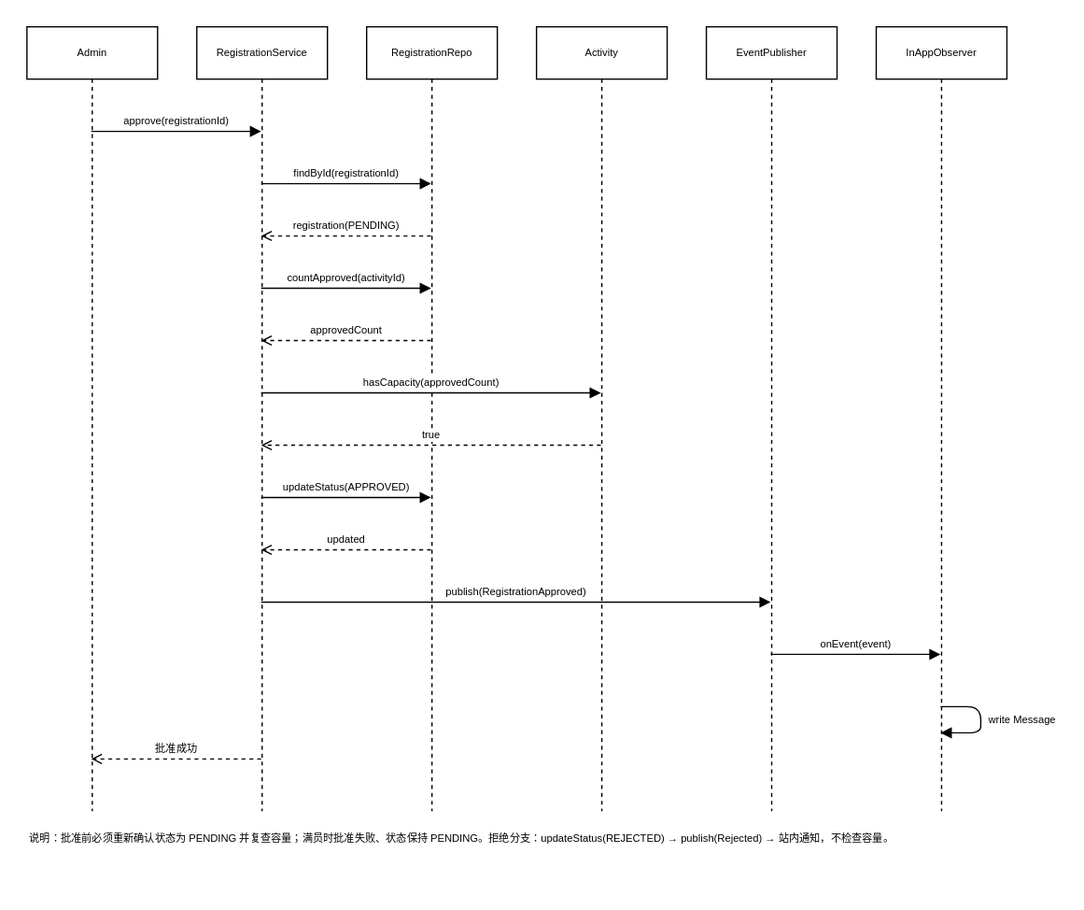
Before: docs/design/diagrams/sequence-approval.drawio.svg, a diagram exported from draw.io (Cynyun/CampusEvent). Source tidied: cells renumbered, new cells last; positions are measured from the earlier drawing's top-left corner, leaving out a move shared by most shapes. Its diagram source:
```xml
<mxGraphModel>
  <root>
    <mxCell id="0" />
    <mxCell id="1" parent="0" />
    <mxCell id="2" value="Admin" style="shape=umlLifeline;perimeter=lifelinePerimeter;size=40;fontSize=8;whiteSpace=wrap;html=1;" parent="1" vertex="1">
      <mxGeometry width="100" height="600" as="geometry" />
    </mxCell>
    <mxCell id="3" value="RegistrationService" style="shape=umlLifeline;perimeter=lifelinePerimeter;size=40;fontSize=8;whiteSpace=wrap;html=1;" parent="1" vertex="1">
      <mxGeometry x="130" width="100" height="600" as="geometry" />
    </mxCell>
    <mxCell id="4" value="RegistrationRepo" style="shape=umlLifeline;perimeter=lifelinePerimeter;size=40;fontSize=8;whiteSpace=wrap;html=1;" parent="1" vertex="1">
      <mxGeometry x="260" width="100" height="600" as="geometry" />
    </mxCell>
    <mxCell id="5" value="Activity" style="shape=umlLifeline;perimeter=lifelinePerimeter;size=40;fontSize=8;whiteSpace=wrap;html=1;" parent="1" vertex="1">
      <mxGeometry x="390" width="100" height="600" as="geometry" />
    </mxCell>
    <mxCell id="6" value="EventPublisher" style="shape=umlLifeline;perimeter=lifelinePerimeter;size=40;fontSize=8;whiteSpace=wrap;html=1;" parent="1" vertex="1">
      <mxGeometry x="520" width="100" height="600" as="geometry" />
    </mxCell>
    <mxCell id="7" value="InAppObserver" style="shape=umlLifeline;perimeter=lifelinePerimeter;size=40;fontSize=8;whiteSpace=wrap;html=1;" parent="1" vertex="1">
      <mxGeometry x="650" width="100" height="600" as="geometry" />
    </mxCell>
    <mxCell id="8" value="approve(registrationId)" style="verticalAlign=bottom;endArrow=block;fontSize=8;exitX=0.5;exitY=0;exitDy=80;entryX=0.5;entryY=0;entryDy=80;html=1;" parent="1" edge="1" source="2" target="3">
      <mxGeometry relative="1" as="geometry" />
    </mxCell>
    <mxCell id="9" value="findById(registrationId)" style="verticalAlign=bottom;endArrow=block;fontSize=8;exitX=0.5;exitY=0;exitDy=120;entryX=0.5;entryY=0;entryDy=120;html=1;" parent="1" edge="1" source="3" target="4">
      <mxGeometry relative="1" as="geometry" />
    </mxCell>
    <mxCell id="10" value="registration(PENDING)" style="verticalAlign=bottom;endArrow=open;dashed=1;fontSize=8;exitX=0.5;exitY=0;exitDy=160;entryX=0.5;entryY=0;entryDy=160;html=1;" parent="1" edge="1" source="4" target="3">
      <mxGeometry relative="1" as="geometry" />
    </mxCell>
    <mxCell id="11" value="countApproved(activityId)" style="verticalAlign=bottom;endArrow=block;fontSize=8;exitX=0.5;exitY=0;exitDy=200;entryX=0.5;entryY=0;entryDy=200;html=1;" parent="1" edge="1" source="3" target="4">
      <mxGeometry relative="1" as="geometry" />
    </mxCell>
    <mxCell id="12" value="approvedCount" style="verticalAlign=bottom;endArrow=open;dashed=1;fontSize=8;exitX=0.5;exitY=0;exitDy=240;entryX=0.5;entryY=0;entryDy=240;html=1;" parent="1" edge="1" source="4" target="3">
      <mxGeometry relative="1" as="geometry" />
    </mxCell>
    <mxCell id="13" value="hasCapacity(approvedCount)" style="verticalAlign=bottom;endArrow=block;fontSize=8;exitX=0.5;exitY=0;exitDy=280;entryX=0.5;entryY=0;entryDy=280;html=1;" parent="1" edge="1" source="3" target="5">
      <mxGeometry relative="1" as="geometry" />
    </mxCell>
    <mxCell id="14" value="true" style="verticalAlign=bottom;endArrow=open;dashed=1;fontSize=8;exitX=0.5;exitY=0;exitDy=320;entryX=0.5;entryY=0;entryDy=320;html=1;" parent="1" edge="1" source="5" target="3">
      <mxGeometry relative="1" as="geometry" />
    </mxCell>
    <mxCell id="15" value="updateStatus(APPROVED)" style="verticalAlign=bottom;endArrow=block;fontSize=8;exitX=0.5;exitY=0;exitDy=360;entryX=0.5;entryY=0;entryDy=360;html=1;" parent="1" edge="1" source="3" target="4">
      <mxGeometry relative="1" as="geometry" />
    </mxCell>
    <mxCell id="16" value="updated" style="verticalAlign=bottom;endArrow=open;dashed=1;fontSize=8;exitX=0.5;exitY=0;exitDy=400;entryX=0.5;entryY=0;entryDy=400;html=1;" parent="1" edge="1" source="4" target="3">
      <mxGeometry relative="1" as="geometry" />
    </mxCell>
    <mxCell id="17" value="publish(RegistrationApproved)" style="verticalAlign=bottom;endArrow=block;fontSize=8;exitX=0.5;exitY=0;exitDy=440;entryX=0.5;entryY=0;entryDy=440;html=1;" parent="1" edge="1" source="3" target="6">
      <mxGeometry relative="1" as="geometry" />
    </mxCell>
    <mxCell id="18" value="onEvent(event)" style="verticalAlign=bottom;endArrow=block;fontSize=8;exitX=0.5;exitY=0;exitDy=480;entryX=0.5;entryY=0;entryDy=480;html=1;" parent="1" edge="1" source="6" target="7">
      <mxGeometry relative="1" as="geometry" />
    </mxCell>
    <mxCell id="19" value="write Message" style="endArrow=block;fontSize=8;align=left;verticalAlign=middle;spacingLeft=4;exitX=0.5;exitY=0;exitDy=520;entryX=0.5;entryY=0;entryDy=540;html=1;" parent="1" edge="1" source="7" target="7">
      <mxGeometry relative="1" as="geometry">
        <Array as="points">
          <mxPoint x="730" y="520" />
          <mxPoint x="730" y="540" />
        </Array>
      </mxGeometry>
    </mxCell>
    <mxCell id="20" value="批准成功" style="verticalAlign=bottom;endArrow=open;dashed=1;fontSize=8;exitX=0.5;exitY=0;exitDy=560;entryX=0.5;entryY=0;entryDy=560;html=1;" parent="1" edge="1" source="3" target="2">
      <mxGeometry relative="1" as="geometry" />
    </mxCell>
    <mxCell id="21" value="说明：批准前必须重新确认状态为 PENDING 并复查容量；满员时批准失败、状态保持 PENDING。拒绝分支：updateStatus(REJECTED) → publish(Rejected) → 站内通知，不检查容量。" style="text;align=left;verticalAlign=top;fontSize=8;fillColor=none;strokeColor=none;whiteSpace=wrap;html=1;" parent="1" vertex="1">
      <mxGeometry y="610" width="760" height="45" as="geometry" />
    </mxCell>
  </root>
</mxGraphModel>
```
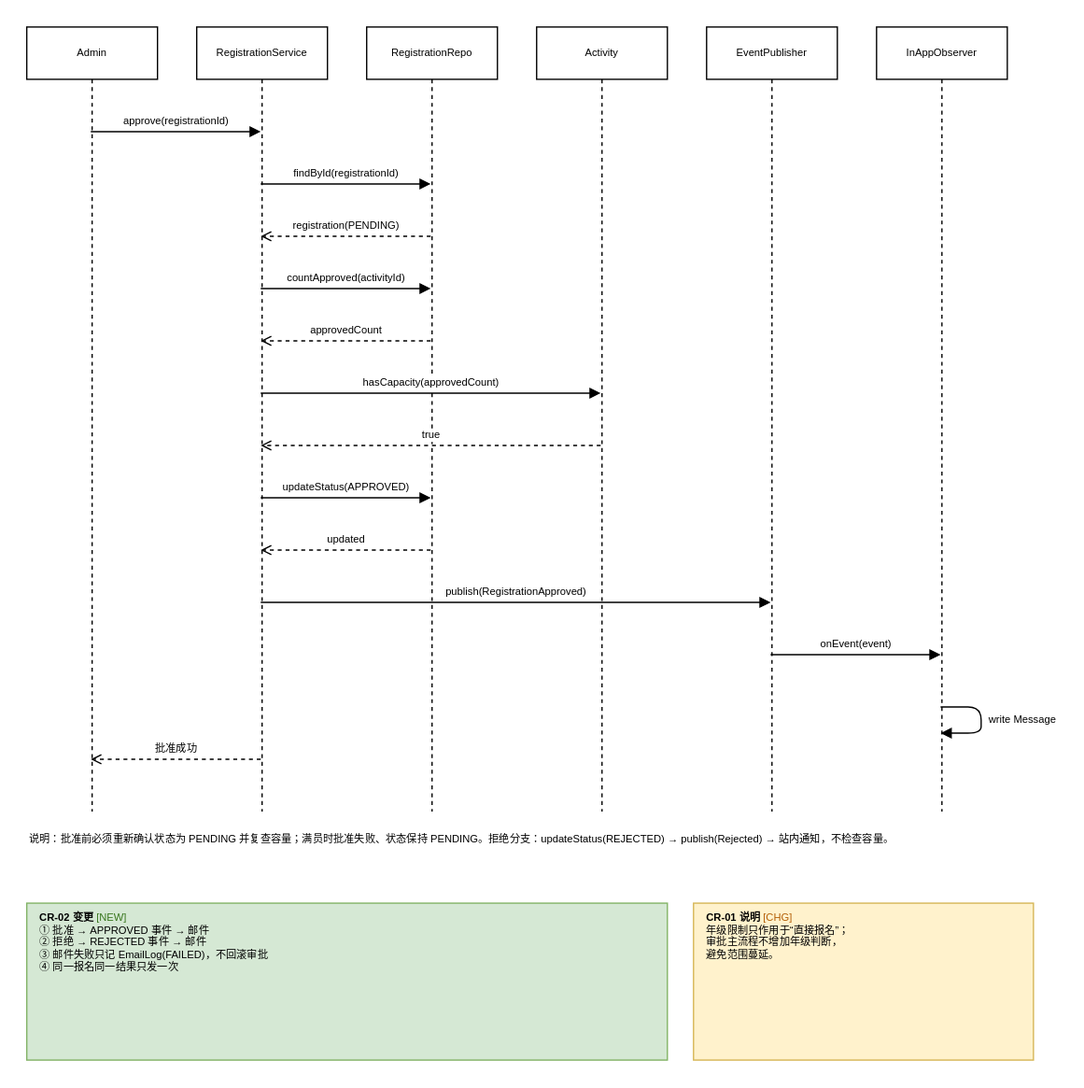
The same diagram one commit later.

Change to the diagram source:
```diff
@@ -67,5 +67,11 @@
     <mxCell id="21" value="说明：批准前必须重新确认状态为 PENDING 并复查容量；满员时批准失败、状态保持 PENDING。拒绝分支：updateStatus(REJECTED) → publish(Rejected) → 站内通知，不检查容量。" style="text;align=left;verticalAlign=top;fontSize=8;fillColor=none;strokeColor=none;whiteSpace=wrap;html=1;" parent="1" vertex="1">
       <mxGeometry y="610" width="760" height="45" as="geometry" />
     </mxCell>
+    <mxCell id="22" value="&lt;b&gt;CR-02 变更&lt;/b&gt; &lt;font color=&quot;#38761d&quot;&gt;[NEW]&lt;/font&gt;&lt;br&gt;① 批准 → APPROVED 事件 → 邮件&lt;br&gt;② 拒绝 → REJECTED 事件 → 邮件&lt;br&gt;③ 邮件失败只记 EmailLog(FAILED)，不回滚审批&lt;br&gt;④ 同一报名同一结果只发一次" style="text;align=left;verticalAlign=top;fontSize=8;fillColor=#d5e8d4;strokeColor=#82b366;whiteSpace=wrap;html=1;spacingLeft=8;spacingRight=8;" parent="1" vertex="1">
+      <mxGeometry y="670" width="490" height="120" as="geometry" />
+    </mxCell>
+    <mxCell id="23" value="&lt;b&gt;CR-01 说明&lt;/b&gt; &lt;font color=&quot;#b45f06&quot;&gt;[CHG]&lt;/font&gt;&lt;br&gt;年级限制只作用于“直接报名”；&lt;br&gt;审批主流程不增加年级判断，&lt;br&gt;避免范围蔓延。" style="text;align=left;verticalAlign=top;fontSize=8;fillColor=#fff2cc;strokeColor=#d6b656;whiteSpace=wrap;html=1;spacingLeft=8;spacingRight=8;" parent="1" vertex="1">
+      <mxGeometry x="510" y="670" width="260" height="120" as="geometry" />
+    </mxCell>
   </root>
 </mxGraphModel>
```
